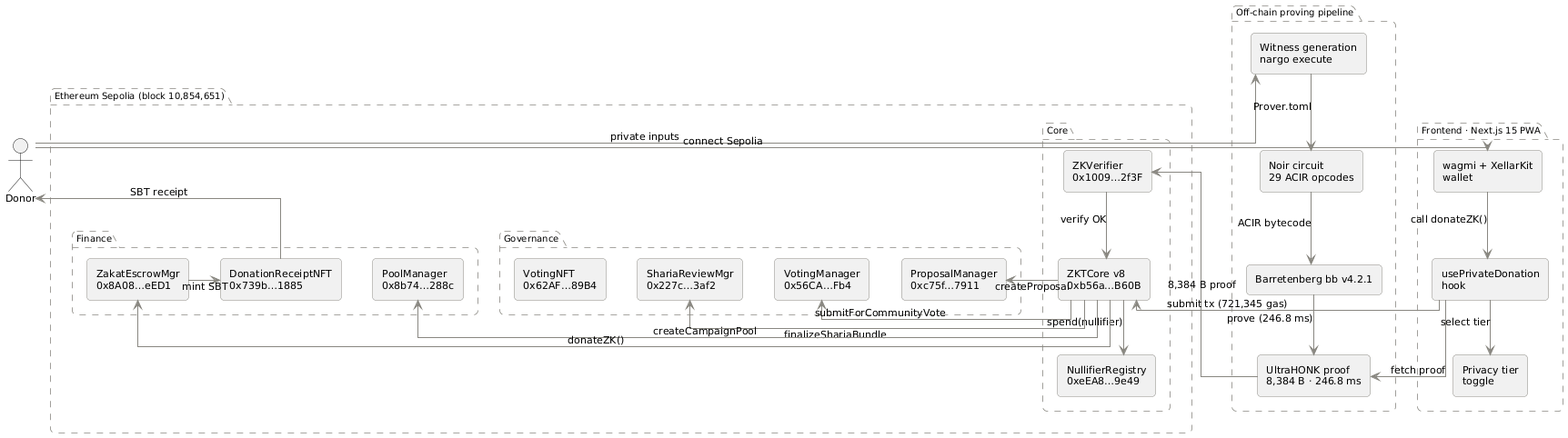
Before: conceptual_model.png, a diagram exported from PlantUML (tawf-labs/zkt-research). Its source is kept beside it as docs/diagrams/conceptual_model.puml. Source of this version:
```plantuml
@startuml
skinparam backgroundColor transparent
skinparam shadowing false
skinparam defaultFontName Arial
skinparam defaultFontSize 11
skinparam ArrowColor #888780
skinparam ArrowThickness 1
skinparam linetype ortho

skinparam rectangle {
  BorderColor #888780
  BorderThickness 0.5
  RoundCorner 8
}

skinparam package {
  BorderColor #888780
  BorderThickness 0.8
  BorderStyle dashed
  RoundCorner 10
  FontStyle plain
  FontSize 10
}

actor Donor

package "Off-chain proving pipeline" {
  rectangle "Witness generation\nnargo execute" as Witness
  rectangle "Noir circuit\n29 ACIR opcodes" as Circuit
  rectangle "Barretenberg bb v4.2.1" as BB
  rectangle "UltraHONK proof\n8,384 B · 246.8 ms" as Proof
}

package "Ethereum Sepolia (block 10,854,651)" {

  package "Core" {
    rectangle "ZKVerifier\n0x1009…2f3F" as Verifier
    rectangle "ZKTCore v8\n0xb56a…B60B" as ZKTCore
    rectangle "NullifierRegistry\n0xeEA8…9e49" as Nullifier
  }

  package "Governance" {
    rectangle "ProposalManager\n0xc75f…7911" as PropMgr
    rectangle "VotingManager\n0x56CA…Fb4" as VoteMgr
    rectangle "VotingNFT\n0x62AF…89B4" as VNFT
    rectangle "ShariaReviewMgr\n0x227c…3af2" as ShariaMgr
  }

  package "Finance" {
    rectangle "PoolManager\n0x8b74…288c" as PoolMgr
    rectangle "ZakatEscrowMgr\n0x8A08…eED1" as Escrow
    rectangle "DonationReceiptNFT\n0x739b…1885" as NFT
  }
}

package "Frontend · Next.js 15 PWA" {
  rectangle "wagmi + XellarKit\nwallet" as Wallet
  rectangle "usePrivateDonation\nhook" as Hook
  rectangle "Privacy tier\ntoggle" as Toggle
}

Donor   -down-> Witness : private inputs
Witness -down-> Circuit : Prover.toml
Circuit -down-> BB      : ACIR bytecode
BB      -down-> Proof   : prove (246.8 ms)

Proof   -right-> Verifier : 8,384 B proof

Verifier -down-> ZKTCore   : verify OK
ZKTCore  -down-> Nullifier : spend(nullifier)

ZKTCore  -right-> PropMgr   : createProposal
ZKTCore  -right-> VoteMgr   : submitForCommunityVote
ZKTCore  -right-> ShariaMgr : finalizeShariaBundle
ZKTCore  -right-> PoolMgr   : createCampaignPool
ZKTCore  -right-> Escrow    : donateZK()

Escrow   -right-> NFT    : mint SBT
NFT      -right-> Donor  : SBT receipt

Donor    -right-> Wallet : connect Sepolia
Wallet   -down-> Hook    : call donateZK()
Hook     -down-> Toggle  : select tier
Hook     -down-> Proof   : fetch proof
Hook     -right-> ZKTCore : submit tx (721,345 gas)

@enduml
```
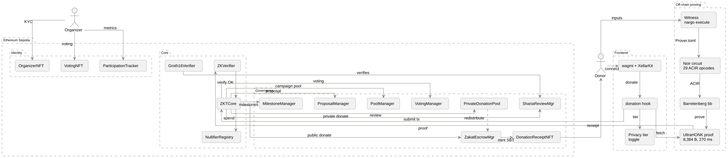
After the change.

Diff of the diagram source:
```diff
@@ -2,10 +2,11 @@
 skinparam backgroundColor transparent
 skinparam shadowing false
 skinparam defaultFontName Arial
-skinparam defaultFontSize 11
+skinparam defaultFontSize 12
 skinparam ArrowColor #888780
 skinparam ArrowThickness 1
 skinparam linetype ortho
+skinparam dpi 300
 
 skinparam rectangle {
   BorderColor #888780
@@ -23,65 +24,79 @@
 }
 
 actor Donor
+actor Organizer
 
-package "Off-chain proving pipeline" {
-  rectangle "Witness generation\nnargo execute" as Witness
+package "Off-chain proving" {
+  rectangle "Witness\nnargo execute" as Witness
   rectangle "Noir circuit\n29 ACIR opcodes" as Circuit
-  rectangle "Barretenberg bb v4.2.1" as BB
-  rectangle "UltraHONK proof\n8,384 B · 246.8 ms" as Proof
+  rectangle "Barretenberg bb" as BB
+  rectangle "UltraHONK proof\n8,384 B, 270 ms" as Proof
 }
 
-package "Ethereum Sepolia (block 10,854,651)" {
+package "Ethereum Sepolia" {
 
   package "Core" {
-    rectangle "ZKVerifier\n0x1009…2f3F" as Verifier
-    rectangle "ZKTCore v8\n0xb56a…B60B" as ZKTCore
-    rectangle "NullifierRegistry\n0xeEA8…9e49" as Nullifier
+    rectangle "ZKVerifier" as Verifier
+    rectangle "Groth16Verifier" as Groth16
+    rectangle "ZKTCore" as ZKTCore
+    rectangle "NullifierRegistry" as Nullifier
   }
 
   package "Governance" {
-    rectangle "ProposalManager\n0xc75f…7911" as PropMgr
-    rectangle "VotingManager\n0x56CA…Fb4" as VoteMgr
-    rectangle "VotingNFT\n0x62AF…89B4" as VNFT
-    rectangle "ShariaReviewMgr\n0x227c…3af2" as ShariaMgr
+    rectangle "ProposalManager" as PropMgr
+    rectangle "VotingManager" as VoteMgr
+    rectangle "ShariaReviewMgr" as ShariaMgr
+    rectangle "PrivateDonationPool" as PrivatePool
+    rectangle "PoolManager" as PoolMgr
+    rectangle "ZakatEscrowMgr" as Escrow
+    rectangle "MilestoneManager" as MilestoneMgr
+    rectangle "DonationReceiptNFT" as NFT
   }
 
-  package "Finance" {
-    rectangle "PoolManager\n0x8b74…288c" as PoolMgr
-    rectangle "ZakatEscrowMgr\n0x8A08…eED1" as Escrow
-    rectangle "DonationReceiptNFT\n0x739b…1885" as NFT
+  package "Identity" {
+    rectangle "VotingNFT" as VotingNFT
+    rectangle "OrganizerNFT" as OrganizerNFT
+    rectangle "ParticipationTracker" as Tracker
   }
 }
 
-package "Frontend · Next.js 15 PWA" {
-  rectangle "wagmi + XellarKit\nwallet" as Wallet
-  rectangle "usePrivateDonation\nhook" as Hook
+package "Frontend" {
+  rectangle "wagmi + XellarKit" as Wallet
+  rectangle "donation hook" as Hook
   rectangle "Privacy tier\ntoggle" as Toggle
 }
 
-Donor   -down-> Witness : private inputs
+Donor   -down-> Witness : inputs
 Witness -down-> Circuit : Prover.toml
-Circuit -down-> BB      : ACIR bytecode
-BB      -down-> Proof   : prove (246.8 ms)
+Circuit -down-> BB      : ACIR
+BB      -down-> Proof   : prove
 
-Proof   -right-> Verifier : 8,384 B proof
+Proof   -right-> Verifier : proof
 
 Verifier -down-> ZKTCore   : verify OK
-ZKTCore  -down-> Nullifier : spend(nullifier)
+ZKTCore  -down-> Nullifier : spend
 
-ZKTCore  -right-> PropMgr   : createProposal
-ZKTCore  -right-> VoteMgr   : submitForCommunityVote
-ZKTCore  -right-> ShariaMgr : finalizeShariaBundle
-ZKTCore  -right-> PoolMgr   : createCampaignPool
-ZKTCore  -right-> Escrow    : donateZK()
+Groth16 --> ShariaMgr : verifies
+ZKTCore  -right-> PropMgr   : proposal
+ZKTCore  -right-> VoteMgr   : voting
+ZKTCore  -right-> ShariaMgr : review
+ZKTCore  -right-> PrivatePool : private donate
+ZKTCore  -right-> Escrow    : public donate
+ZKTCore  -right-> PoolMgr   : campaign pool
+ZKTCore  -right-> MilestoneMgr : milestones
+PrivatePool ..> Escrow    : redistribute
 
 Escrow   -right-> NFT    : mint SBT
-NFT      -right-> Donor  : SBT receipt
+NFT      -right-> Donor  : receipt
 
-Donor    -right-> Wallet : connect Sepolia
-Wallet   -down-> Hook    : call donateZK()
-Hook     -down-> Toggle  : select tier
-Hook     -down-> Proof   : fetch proof
-Hook     -right-> ZKTCore : submit tx (721,345 gas)
+Organizer -down-> OrganizerNFT : KYC
+Organizer -down-> VotingNFT : voting
+Organizer -down-> Tracker : metrics
+
+Donor    -right-> Wallet : connect
+Wallet   -down-> Hook    : donate
+Hook     -down-> Toggle  : tier
+Hook     -down-> Proof   : fetch
+Hook     -right-> ZKTCore : submit tx
 
 @enduml
```
